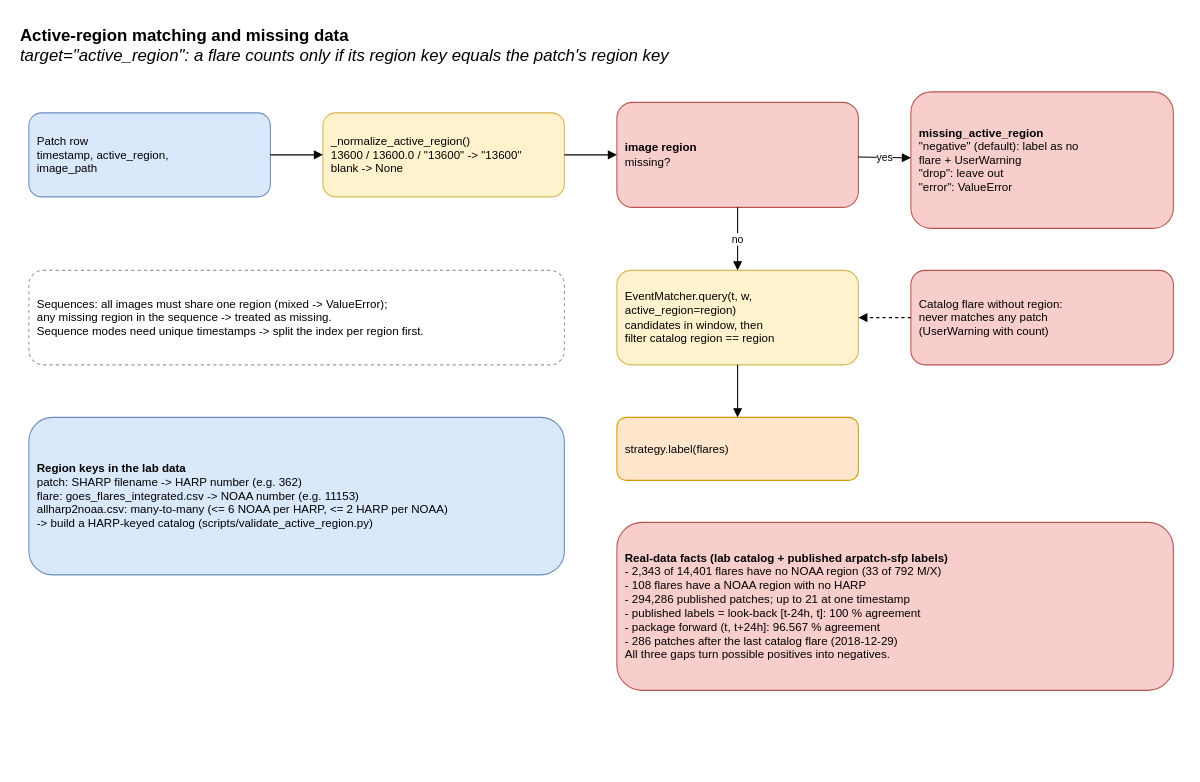
Before: page "5 Active regions" (5 of 6) of docs/architecture/flare_indexer_architecture.drawio in assemkdv/solix, a draw.io diagram. Source tidied: cells renumbered, new cells numbered last; positions are measured from the earlier drawing's top-left corner, leaving out a move shared by most shapes. Both pictures are drawn from the tidied source at 105%, with x=0, y=0 at pixel (18, 18).
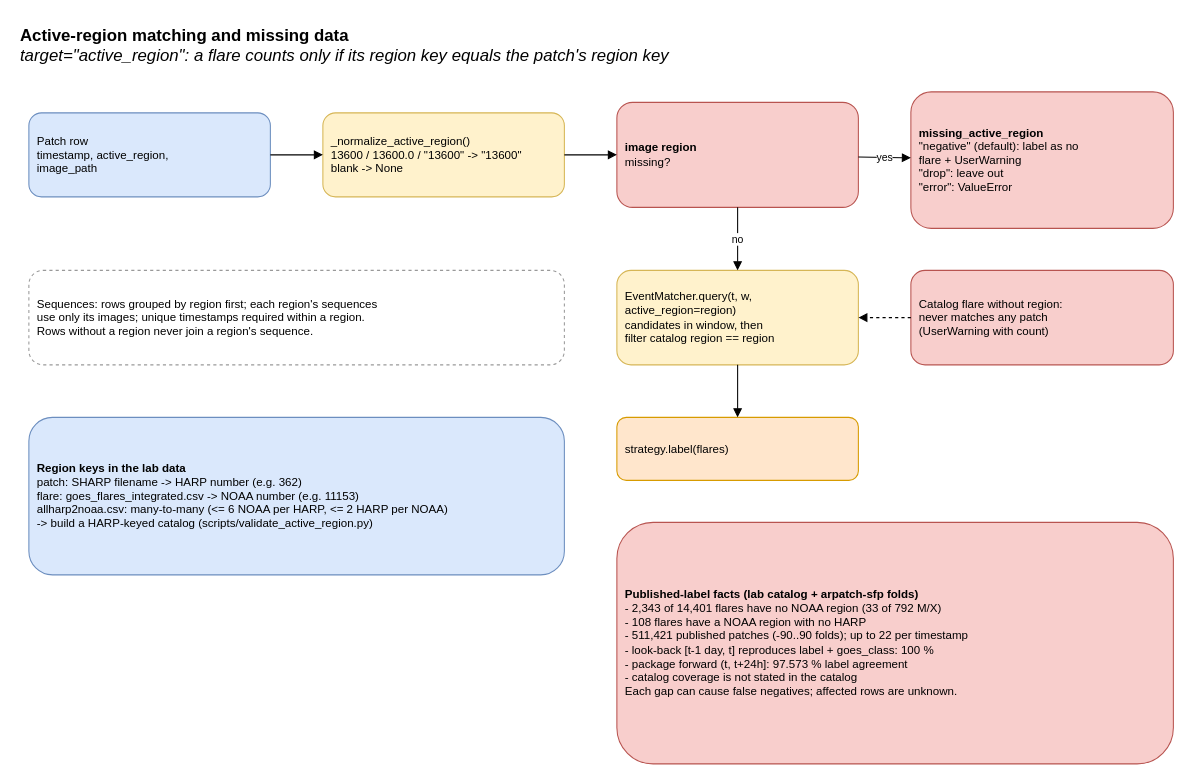
After the change.

The edit, as a diff of the source:
```diff
@@
 <mxGraphModel>
   <root>
     <mxCell id="0" />
     <mxCell id="1" parent="0" />
     <mxCell id="2" value="&lt;b&gt;Active-region matching and missing data&lt;/b&gt;&lt;br&gt;&lt;i&gt;target=&quot;active_region&quot;: a flare counts only if its region key equals the patch's region key&lt;/i&gt;" style="text;html=1;align=left;verticalAlign=top;fontSize=16;" parent="1" vertex="1">
       <mxGeometry width="1109" height="60" as="geometry" />
     </mxCell>
     <mxCell id="3" value="Patch row&lt;br&gt;timestamp, active_region,&lt;br&gt;image_path" style="rounded=1;whiteSpace=wrap;html=1;fillColor=#dae8fc;strokeColor=#6c8ebf;fontSize=11;align=left;spacingLeft=6;" parent="1" vertex="1">
       <mxGeometry x="10" y="90" width="230" height="80" as="geometry" />
     </mxCell>
     <mxCell id="4" value="_normalize_active_region()&lt;br&gt;13600 / 13600.0 / &quot;13600&quot; -&amp;gt; &quot;13600&quot;&lt;br&gt;blank -&amp;gt; None" style="rounded=1;whiteSpace=wrap;html=1;fillColor=#fff2cc;strokeColor=#d6b656;fontSize=11;align=left;spacingLeft=6;" parent="1" vertex="1">
       <mxGeometry x="290" y="90" width="230" height="80" as="geometry" />
     </mxCell>
     <mxCell id="5" value="&lt;b&gt;image region&lt;/b&gt;&lt;br&gt;missing?" style="rounded=1;whiteSpace=wrap;html=1;fillColor=#f8cecc;strokeColor=#b85450;fontSize=11;align=left;spacingLeft=6;" parent="1" vertex="1">
       <mxGeometry x="570" y="80" width="230" height="100" as="geometry" />
     </mxCell>
     <mxCell id="6" value="&lt;b&gt;missing_active_region&lt;/b&gt;&lt;br&gt;&quot;negative&quot; (default): label as no&lt;br&gt;flare + UserWarning&lt;br&gt;&quot;drop&quot;: leave out&lt;br&gt;&quot;error&quot;: ValueError" style="rounded=1;whiteSpace=wrap;html=1;fillColor=#f8cecc;strokeColor=#b85450;fontSize=11;align=left;spacingLeft=6;" parent="1" vertex="1">
       <mxGeometry x="850" y="70" width="250" height="130" as="geometry" />
     </mxCell>
     <mxCell id="7" value="EventMatcher.query(t, w,&lt;br&gt;active_region=region)&lt;br&gt;candidates in window, then&lt;br&gt;filter catalog region == region" style="rounded=1;whiteSpace=wrap;html=1;fillColor=#fff2cc;strokeColor=#d6b656;fontSize=11;align=left;spacingLeft=6;" parent="1" vertex="1">
       <mxGeometry x="570" y="240" width="230" height="90" as="geometry" />
     </mxCell>
     <mxCell id="8" value="Catalog flare without region:&lt;br&gt;never matches any patch&lt;br&gt;(UserWarning with count)" style="rounded=1;whiteSpace=wrap;html=1;fillColor=#f8cecc;strokeColor=#b85450;fontSize=11;align=left;spacingLeft=6;" parent="1" vertex="1">
       <mxGeometry x="850" y="240" width="250" height="90" as="geometry" />
     </mxCell>
-    <mxCell id="9" value="Sequences: all images must share one region (mixed -&amp;gt; ValueError);&lt;br&gt;any missing region in the sequence -&amp;gt; treated as missing.&lt;br&gt;Sequence modes need unique timestamps -&amp;gt; split the index per region first." style="rounded=1;whiteSpace=wrap;html=1;fillColor=#ffffff;strokeColor=#999999;fontSize=11;align=left;spacingLeft=6;dashed=1;" parent="1" vertex="1">
+    <mxCell id="9" value="Sequences: rows grouped by region first; each region's sequences&lt;br&gt;use only its images; unique timestamps required within a region.&lt;br&gt;Rows without a region never join a region's sequence." style="rounded=1;whiteSpace=wrap;html=1;fillColor=#ffffff;strokeColor=#999999;fontSize=11;align=left;spacingLeft=6;dashed=1;" parent="1" vertex="1">
       <mxGeometry x="10" y="240" width="510" height="90" as="geometry" />
     </mxCell>
     <mxCell id="10" value="strategy.label(flares)" style="rounded=1;whiteSpace=wrap;html=1;fillColor=#ffe6cc;strokeColor=#d79b00;fontSize=11;align=left;spacingLeft=6;" parent="1" vertex="1">
       <mxGeometry x="570" y="380" width="230" height="60" as="geometry" />
     </mxCell>
     <mxCell id="11" value="&lt;b&gt;Region keys in the lab data&lt;/b&gt;&lt;br&gt;patch: SHARP filename -&amp;gt; HARP number (e.g. 362)&lt;br&gt;flare: goes_flares_integrated.csv -&amp;gt; NOAA number (e.g. 11153)&lt;br&gt;allharp2noaa.csv: many-to-many (&amp;lt;= 6 NOAA per HARP, &amp;lt;= 2 HARP per NOAA)&lt;br&gt;-&amp;gt; build a HARP-keyed catalog (scripts/validate_active_region.py)" style="rounded=1;whiteSpace=wrap;html=1;fillColor=#dae8fc;strokeColor=#6c8ebf;fontSize=11;align=left;spacingLeft=6;" parent="1" vertex="1">
       <mxGeometry x="10" y="380" width="510" height="150" as="geometry" />
     </mxCell>
-    <mxCell id="12" value="&lt;b&gt;Real-data facts (lab catalog + published arpatch-sfp labels)&lt;/b&gt;&lt;br&gt;- 2,343 of 14,401 flares have no NOAA region (33 of 792 M/X)&lt;br&gt;- 108 flares have a NOAA region with no HARP&lt;br&gt;- 294,286 published patches; up to 21 at one timestamp&lt;br&gt;- published labels = look-back [t-24h, t]: 100 % agreement&lt;br&gt;- package forward (t, t+24h]: 96.567 % agreement&lt;br&gt;- 286 patches after the last catalog flare (2018-12-29)&lt;br&gt;All three gaps turn possible positives into negatives." style="rounded=1;whiteSpace=wrap;html=1;fillColor=#f8cecc;strokeColor=#b85450;fontSize=11;align=left;spacingLeft=6;" parent="1" vertex="1">
-      <mxGeometry x="570" y="480" width="530" height="160" as="geometry" />
+    <mxCell id="12" value="&lt;b&gt;Published-label facts (lab catalog + arpatch-sfp folds)&lt;/b&gt;&lt;br&gt;- 2,343 of 14,401 flares have no NOAA region (33 of 792 M/X)&lt;br&gt;- 108 flares have a NOAA region with no HARP&lt;br&gt;- 511,421 published patches (-90..90 folds); up to 22 per timestamp&lt;br&gt;- look-back [t-1 day, t] reproduces label + goes_class: 100 %&lt;br&gt;- package forward (t, t+24h]: 97.573 % label agreement&lt;br&gt;- catalog coverage is not stated in the catalog&lt;br&gt;Each gap can cause false negatives; affected rows are unknown." style="rounded=1;whiteSpace=wrap;html=1;fillColor=#f8cecc;strokeColor=#b85450;fontSize=11;align=left;spacingLeft=6;" parent="1" vertex="1">
+      <mxGeometry x="570" y="480" width="530" height="230" as="geometry" />
     </mxCell>
     <mxCell id="13" style="endArrow=block;html=1;rounded=1;fontSize=10;" parent="1" edge="1" source="3" target="4">
       <mxGeometry relative="1" as="geometry" />
     </mxCell>
     <mxCell id="14" style="endArrow=block;html=1;rounded=1;fontSize=10;" parent="1" edge="1" source="4" target="5">
       <mxGeometry relative="1" as="geometry" />
     </mxCell>
     <mxCell id="15" value="yes" style="endArrow=block;html=1;rounded=1;fontSize=10;" parent="1" edge="1" source="5" target="6">
       <mxGeometry relative="1" as="geometry" />
     </mxCell>
     <mxCell id="16" value="no" style="endArrow=block;html=1;rounded=1;fontSize=10;" parent="1" edge="1" source="5" target="7">
       <mxGeometry relative="1" as="geometry" />
     </mxCell>
     <mxCell id="17" style="endArrow=block;html=1;rounded=1;fontSize=10;dashed=1;" parent="1" edge="1" source="8" target="7">
       <mxGeometry relative="1" as="geometry" />
     </mxCell>
     <mxCell id="18" style="endArrow=block;html=1;rounded=1;fontSize=10;" parent="1" edge="1" source="7" target="10">
       <mxGeometry relative="1" as="geometry" />
     </mxCell>
   </root>
 </mxGraphModel>
```
